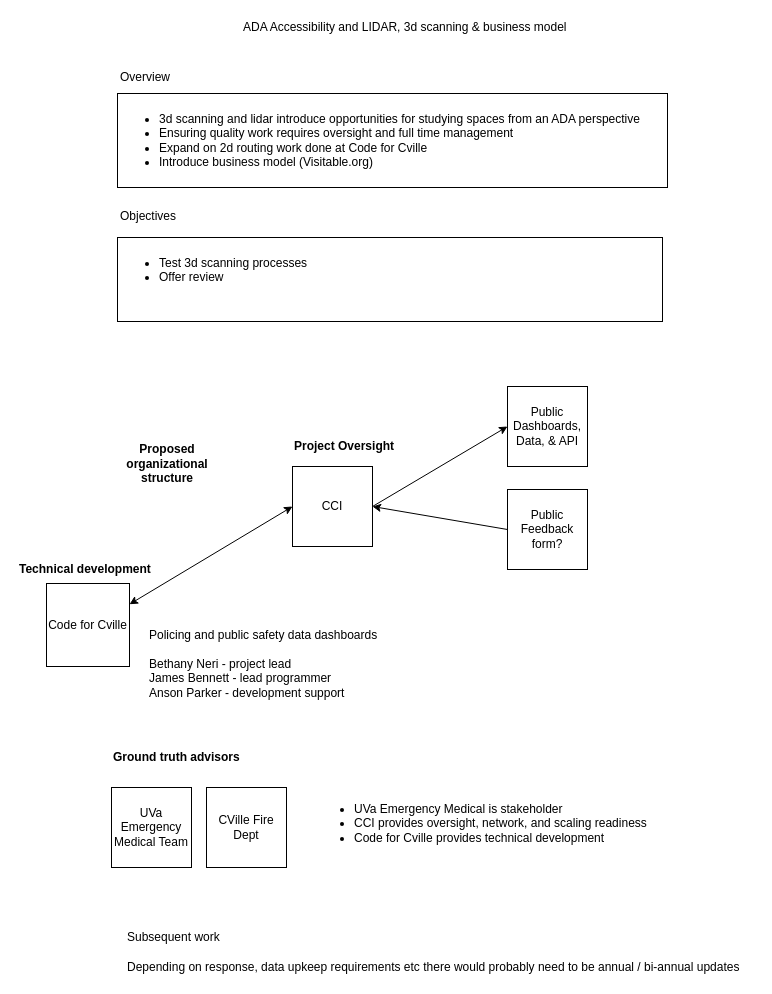
This is cci-lidar-ada.dio from alibama/code-for-cville, a draw.io file, before an edit. Source tidied: cells renumbered, new cells numbered last; positions are measured from the earlier drawing's top-left corner, leaving out a move shared by most shapes. Both pictures are drawn from the tidied source at 100%, with x=0, y=0 at pixel (17, 17).
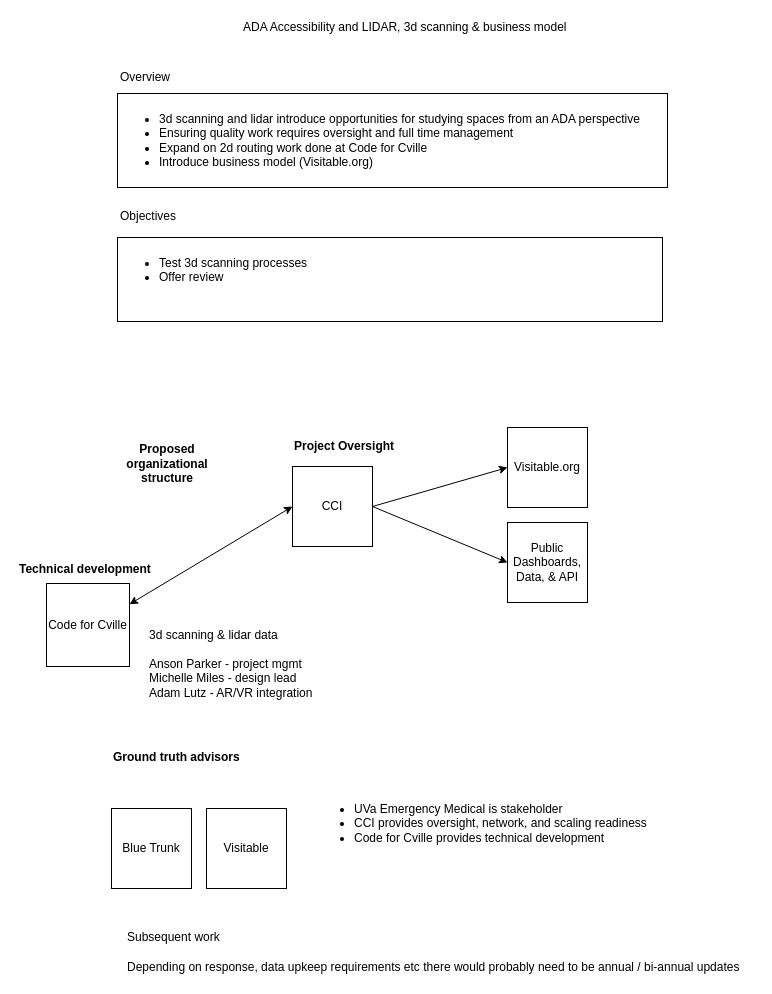
Above is the later version.

Unchanged cells that the change refers to:
```xml
<mxCell id="3" value="CCI" style="whiteSpace=wrap;html=1;" parent="1" vertex="1">
  <mxGeometry x="275" y="449" width="80" height="80" as="geometry" />
</mxCell>
```

What changed in the source:
```diff
@@
-    <mxCell id="6" value="&lt;div&gt;&lt;span style=&quot;letter-spacing: 0px&quot;&gt;Policing and public safety data dashboards&lt;/span&gt;&lt;br&gt;&lt;/div&gt;&lt;div&gt;&lt;span style=&quot;letter-spacing: 0px&quot;&gt;&lt;br&gt;&lt;/span&gt;&lt;/div&gt;&lt;div&gt;&lt;span style=&quot;letter-spacing: 0px&quot;&gt;Bethany Neri - project lead&lt;/span&gt;&lt;/div&gt;&lt;div&gt;&lt;span style=&quot;letter-spacing: 0px&quot;&gt;James Bennett - lead programmer&lt;/span&gt;&lt;br&gt;&lt;/div&gt;&lt;div&gt;Anson Parker - development support&lt;span&gt;&lt;br&gt;&lt;/span&gt;&lt;/div&gt;" style="text;html=1;align=left;verticalAlign=top;spacingTop=-4;" parent="1" vertex="1">
-      <mxGeometry x="130" y="608" width="240" height="70" as="geometry" />
+    <mxCell id="6" value="&lt;div&gt;3d scanning &amp;amp; lidar data&lt;/div&gt;&lt;div&gt;&lt;br&gt;&lt;/div&gt;&lt;div&gt;Anson Parker - project mgmt&lt;/div&gt;&lt;div&gt;&lt;span style=&quot;letter-spacing: 0px&quot;&gt;Michelle Miles - design lead&lt;/span&gt;&lt;br&gt;&lt;/div&gt;&lt;div&gt;&lt;div&gt;Adam Lutz - AR/VR integration&lt;/div&gt;&lt;/div&gt;&lt;div&gt;&lt;br&gt;&lt;/div&gt;" style="text;html=1;align=left;verticalAlign=top;spacingTop=-4;" parent="1" vertex="1">
+      <mxGeometry x="130" y="608" width="180" height="90" as="geometry" />
     </mxCell>
@@
-    <mxCell id="13" value="CVille Fire Dept" style="whiteSpace=wrap;html=1;" parent="1" vertex="1">
-      <mxGeometry x="189" y="770" width="80" height="80" as="geometry" />
+    <mxCell id="13" value="Visitable" style="whiteSpace=wrap;html=1;" parent="1" vertex="1">
+      <mxGeometry x="189" y="791" width="80" height="80" as="geometry" />
     </mxCell>
@@
-    <mxCell id="18" value="UVa Emergency Medical Team" style="whiteSpace=wrap;html=1;" parent="1" vertex="1">
-      <mxGeometry x="94" y="770" width="80" height="80" as="geometry" />
+    <mxCell id="18" value="Blue Trunk" style="whiteSpace=wrap;html=1;" parent="1" vertex="1">
+      <mxGeometry x="94" y="791" width="80" height="80" as="geometry" />
     </mxCell>
     <mxCell id="19" value="Public Dashboards, Data, &amp;amp; API" style="whiteSpace=wrap;html=1;" parent="1" vertex="1">
-      <mxGeometry x="490" y="369" width="80" height="80" as="geometry" />
+      <mxGeometry x="490" y="505" width="80" height="80" as="geometry" />
     </mxCell>
-    <mxCell id="20" value="&lt;div&gt;Public&lt;/div&gt;Feedback form?" style="whiteSpace=wrap;html=1;" parent="1" vertex="1">
-      <mxGeometry x="490" y="472" width="80" height="80" as="geometry" />
+    <mxCell id="20" value="&lt;div&gt;Visitable.org&lt;/div&gt;" style="whiteSpace=wrap;html=1;" parent="1" vertex="1">
+      <mxGeometry x="490" y="410" width="80" height="80" as="geometry" />
     </mxCell>
-    <mxCell id="21" style="endArrow=classic;html=1;entryX=1;entryY=0.5;exitX=0;exitY=0.5;" parent="1" edge="1" source="20" target="3">
+    <mxCell id="21" style="endArrow=classic;html=1;exitX=1;exitY=0.5;entryX=0;entryY=0.5;" parent="1" edge="1" source="3" target="20">
       <mxGeometry relative="1" as="geometry" />
     </mxCell>
```
